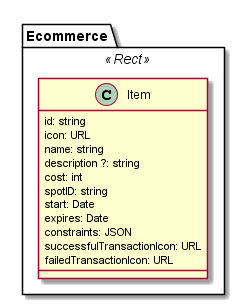
Above: datamodel/data-objects/ecommerce/Ecommerce-Data-Object-Model.png in reTHINK-project/specs (PlantUML), before the change.
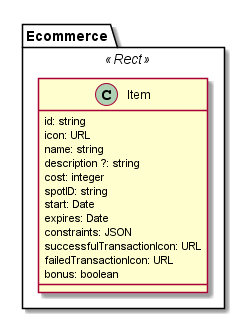
After the commit.

Commit message:
added fields to wallet and ecommerce items  model to support bonus transactions

The edit, as a diff of the source:
```diff
@@ -7,13 +7,14 @@
 		icon: URL
 	    name: string
 	    description ?: string
-	    cost: int
+	    cost: integer
 	    spotID: string
 		start: Date
     	expires: Date
 		constraints: JSON
 		successfulTransactionIcon: URL
 		failedTransactionIcon: URL
+		bonus: boolean
 
 	}
 }
```
